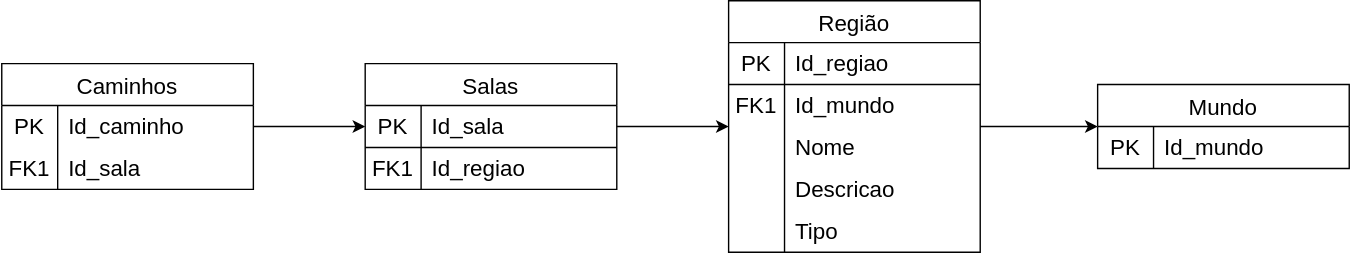
This is docs/modulo_01/MER.drawio.svg from SBD1/2024.2-D-D-classico, a draw.io export, as it was before one commit. Source tidied: cells renumbered, new cells last; positions are measured from the earlier drawing's top-left corner, leaving out a move shared by most shapes.
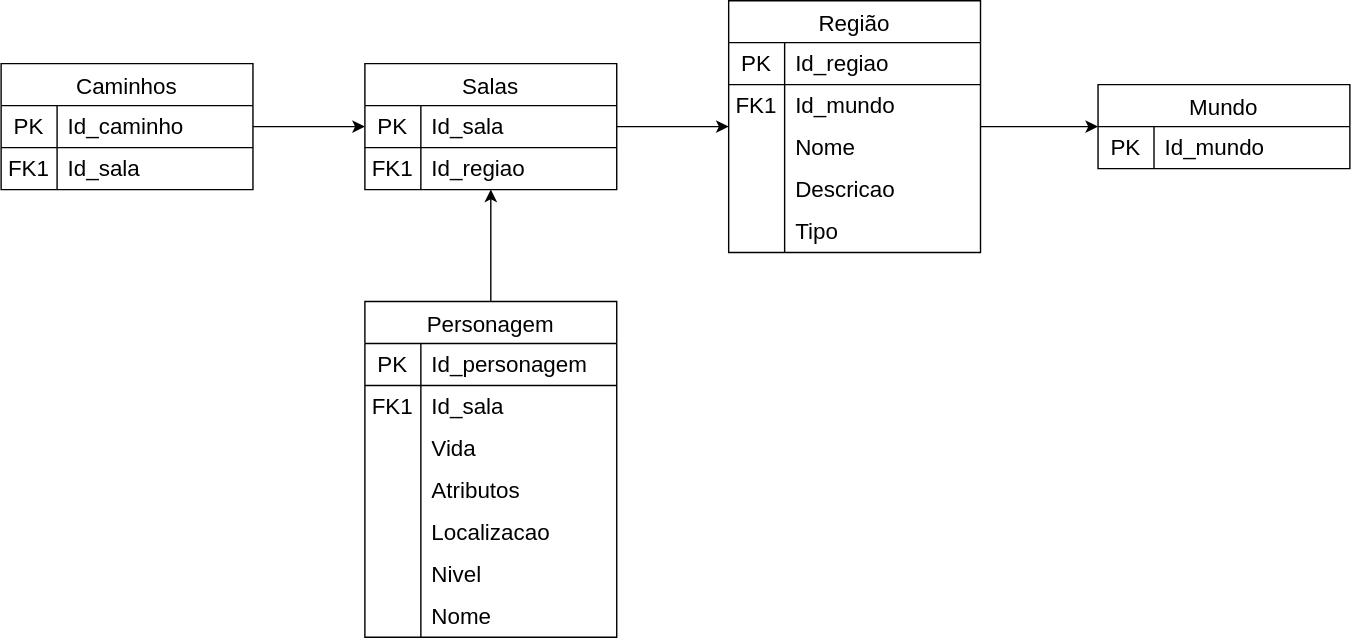
After the change.

Commit message:
Adiciona tabela personagem ao MER.drawio.svg

Change to the diagram source:
```diff
@@ -74,6 +74,9 @@
     <mxCell id="25" style="edgeStyle=orthogonalEdgeStyle;rounded=0;jettySize=auto;html=1;" parent="1" edge="1" source="34" target="26">
       <mxGeometry relative="1" as="geometry" />
     </mxCell>
+    <mxCell id="41" style="edgeStyle=orthogonalEdgeStyle;rounded=0;jettySize=auto;html=1;" parent="1" edge="1" source="43" target="26">
+      <mxGeometry relative="1" as="geometry" />
+    </mxCell>
     <mxCell id="26" value="Salas" style="shape=table;startSize=30;rowLines=0;fontStyle=0;strokeColor=default;fontSize=16;" parent="1" vertex="1">
       <mxGeometry x="260" y="45" width="180" height="90" as="geometry" />
     </mxCell>
@@ -119,5 +122,77 @@
     <mxCell id="40" value="Id_sala" style="shape=partialRectangle;html=1;whiteSpace=wrap;fillColor=none;top=0;left=0;bottom=0;right=0;align=left;spacingLeft=6;overflow=hidden;strokeColor=inherit;fontSize=16;" parent="38" vertex="1">
       <mxGeometry x="40" width="140" height="30" as="geometry" />
     </mxCell>
+    <mxCell id="42" style="line;strokeWidth=1;html=1;" parent="1" vertex="1">
+      <mxGeometry y="100" width="180" height="10" as="geometry" />
+    </mxCell>
+    <mxCell id="43" value="Personagem" style="shape=table;startSize=30;rowLines=0;fontStyle=0;strokeColor=default;fontSize=16;" parent="1" vertex="1">
+      <mxGeometry x="260" y="215" width="180" height="240" as="geometry" />
+    </mxCell>
+    <mxCell id="44" style="shape=tableRow;horizontal=0;startSize=0;swimlaneHead=0;swimlaneBody=0;top=0;left=0;bottom=0;right=0;fillColor=none;strokeColor=inherit;fontSize=16;" parent="43" vertex="1">
+      <mxGeometry y="30" width="180" height="30" as="geometry" />
+    </mxCell>
+    <mxCell id="45" value="PK" style="shape=partialRectangle;html=1;whiteSpace=wrap;fillColor=none;top=0;left=0;bottom=0;right=0;overflow=hidden;strokeColor=default;fontSize=16;perimeterSpacing=1;" parent="44" vertex="1">
+      <mxGeometry width="40" height="30" as="geometry" />
+    </mxCell>
+    <mxCell id="46" value="Id_personagem" style="shape=partialRectangle;html=1;whiteSpace=wrap;fillColor=none;top=0;left=0;bottom=0;right=0;align=left;spacingLeft=6;overflow=hidden;strokeColor=default;fontSize=16;perimeterSpacing=1;" parent="44" vertex="1">
+      <mxGeometry x="40" width="140" height="30" as="geometry" />
+    </mxCell>
+    <mxCell id="47" style="shape=tableRow;horizontal=0;startSize=0;swimlaneHead=0;swimlaneBody=0;top=0;left=0;bottom=0;right=0;fillColor=none;strokeColor=inherit;fontSize=16;" parent="43" vertex="1">
+      <mxGeometry y="60" width="180" height="30" as="geometry" />
+    </mxCell>
+    <mxCell id="48" value="FK1" style="shape=partialRectangle;html=1;whiteSpace=wrap;fillColor=none;top=0;left=0;bottom=0;right=0;overflow=hidden;strokeColor=inherit;fontSize=16;" parent="47" vertex="1">
+      <mxGeometry width="40" height="30" as="geometry" />
+    </mxCell>
+    <mxCell id="49" value="Id_sala" style="shape=partialRectangle;html=1;whiteSpace=wrap;fillColor=none;top=0;left=0;bottom=0;right=0;align=left;spacingLeft=6;overflow=hidden;strokeColor=inherit;fontSize=16;" parent="47" vertex="1">
+      <mxGeometry x="40" width="140" height="30" as="geometry" />
+    </mxCell>
+    <mxCell id="50" style="shape=tableRow;horizontal=0;startSize=0;swimlaneHead=0;swimlaneBody=0;top=0;left=0;bottom=0;right=0;fillColor=none;strokeColor=inherit;fontSize=16;" parent="43" vertex="1">
+      <mxGeometry y="90" width="180" height="30" as="geometry" />
+    </mxCell>
+    <mxCell id="51" style="shape=partialRectangle;html=1;whiteSpace=wrap;fillColor=none;top=0;left=0;bottom=0;right=0;overflow=hidden;strokeColor=inherit;fontSize=16;" parent="50" vertex="1">
+      <mxGeometry width="40" height="30" as="geometry" />
+    </mxCell>
+    <mxCell id="52" value="Vida" style="shape=partialRectangle;html=1;whiteSpace=wrap;fillColor=none;top=0;left=0;bottom=0;right=0;align=left;spacingLeft=6;overflow=hidden;strokeColor=inherit;fontSize=16;" parent="50" vertex="1">
+      <mxGeometry x="40" width="140" height="30" as="geometry" />
+    </mxCell>
+    <mxCell id="53" style="shape=tableRow;horizontal=0;startSize=0;swimlaneHead=0;swimlaneBody=0;top=0;left=0;bottom=0;right=0;fillColor=none;strokeColor=inherit;fontSize=16;" parent="43" vertex="1">
+      <mxGeometry y="120" width="180" height="30" as="geometry" />
+    </mxCell>
+    <mxCell id="54" style="shape=partialRectangle;html=1;whiteSpace=wrap;fillColor=none;top=0;left=0;bottom=0;right=0;overflow=hidden;strokeColor=inherit;fontSize=16;" parent="53" vertex="1">
+      <mxGeometry width="40" height="30" as="geometry" />
+    </mxCell>
+    <mxCell id="55" value="Atributos" style="shape=partialRectangle;html=1;whiteSpace=wrap;fillColor=none;top=0;left=0;bottom=0;right=0;align=left;spacingLeft=6;overflow=hidden;strokeColor=inherit;fontSize=16;" parent="53" vertex="1">
+      <mxGeometry x="40" width="140" height="30" as="geometry" />
+    </mxCell>
+    <mxCell id="56" style="shape=tableRow;horizontal=0;startSize=0;swimlaneHead=0;swimlaneBody=0;top=0;left=0;bottom=0;right=0;fillColor=none;strokeColor=inherit;fontSize=16;" parent="43" vertex="1">
+      <mxGeometry y="150" width="180" height="30" as="geometry" />
+    </mxCell>
+    <mxCell id="57" style="shape=partialRectangle;html=1;whiteSpace=wrap;fillColor=none;top=0;left=0;bottom=0;right=0;overflow=hidden;strokeColor=inherit;fontSize=16;" parent="56" vertex="1">
+      <mxGeometry width="40" height="30" as="geometry" />
+    </mxCell>
+    <mxCell id="58" value="Localizacao" style="shape=partialRectangle;html=1;whiteSpace=wrap;fillColor=none;top=0;left=0;bottom=0;right=0;align=left;spacingLeft=6;overflow=hidden;strokeColor=inherit;fontSize=16;" parent="56" vertex="1">
+      <mxGeometry x="40" width="140" height="30" as="geometry" />
+    </mxCell>
+    <mxCell id="59" style="shape=tableRow;horizontal=0;startSize=0;swimlaneHead=0;swimlaneBody=0;top=0;left=0;bottom=0;right=0;fillColor=none;strokeColor=inherit;fontSize=16;" parent="43" vertex="1">
+      <mxGeometry y="180" width="180" height="30" as="geometry" />
+    </mxCell>
+    <mxCell id="60" style="shape=partialRectangle;html=1;whiteSpace=wrap;fillColor=none;top=0;left=0;bottom=0;right=0;overflow=hidden;strokeColor=inherit;fontSize=16;" parent="59" vertex="1">
+      <mxGeometry width="40" height="30" as="geometry" />
+    </mxCell>
+    <mxCell id="61" value="Nivel" style="shape=partialRectangle;html=1;whiteSpace=wrap;fillColor=none;top=0;left=0;bottom=0;right=0;align=left;spacingLeft=6;overflow=hidden;strokeColor=inherit;fontSize=16;" parent="59" vertex="1">
+      <mxGeometry x="40" width="140" height="30" as="geometry" />
+    </mxCell>
+    <mxCell id="62" style="shape=tableRow;horizontal=0;startSize=0;swimlaneHead=0;swimlaneBody=0;top=0;left=0;bottom=0;right=0;fillColor=none;strokeColor=inherit;fontSize=16;" parent="43" vertex="1">
+      <mxGeometry y="210" width="180" height="30" as="geometry" />
+    </mxCell>
+    <mxCell id="63" style="shape=partialRectangle;html=1;whiteSpace=wrap;fillColor=none;top=0;left=0;bottom=0;right=0;overflow=hidden;strokeColor=inherit;fontSize=16;" parent="62" vertex="1">
+      <mxGeometry width="40" height="30" as="geometry" />
+    </mxCell>
+    <mxCell id="64" value="Nome" style="shape=partialRectangle;html=1;whiteSpace=wrap;fillColor=none;top=0;left=0;bottom=0;right=0;align=left;spacingLeft=6;overflow=hidden;strokeColor=inherit;fontSize=16;" parent="62" vertex="1">
+      <mxGeometry x="40" width="140" height="30" as="geometry" />
+    </mxCell>
+    <mxCell id="65" style="line;strokeWidth=1;html=1;" parent="1" vertex="1">
+      <mxGeometry x="260" y="270" width="180" height="10" as="geometry" />
+    </mxCell>
   </root>
 </mxGraphModel>
```
